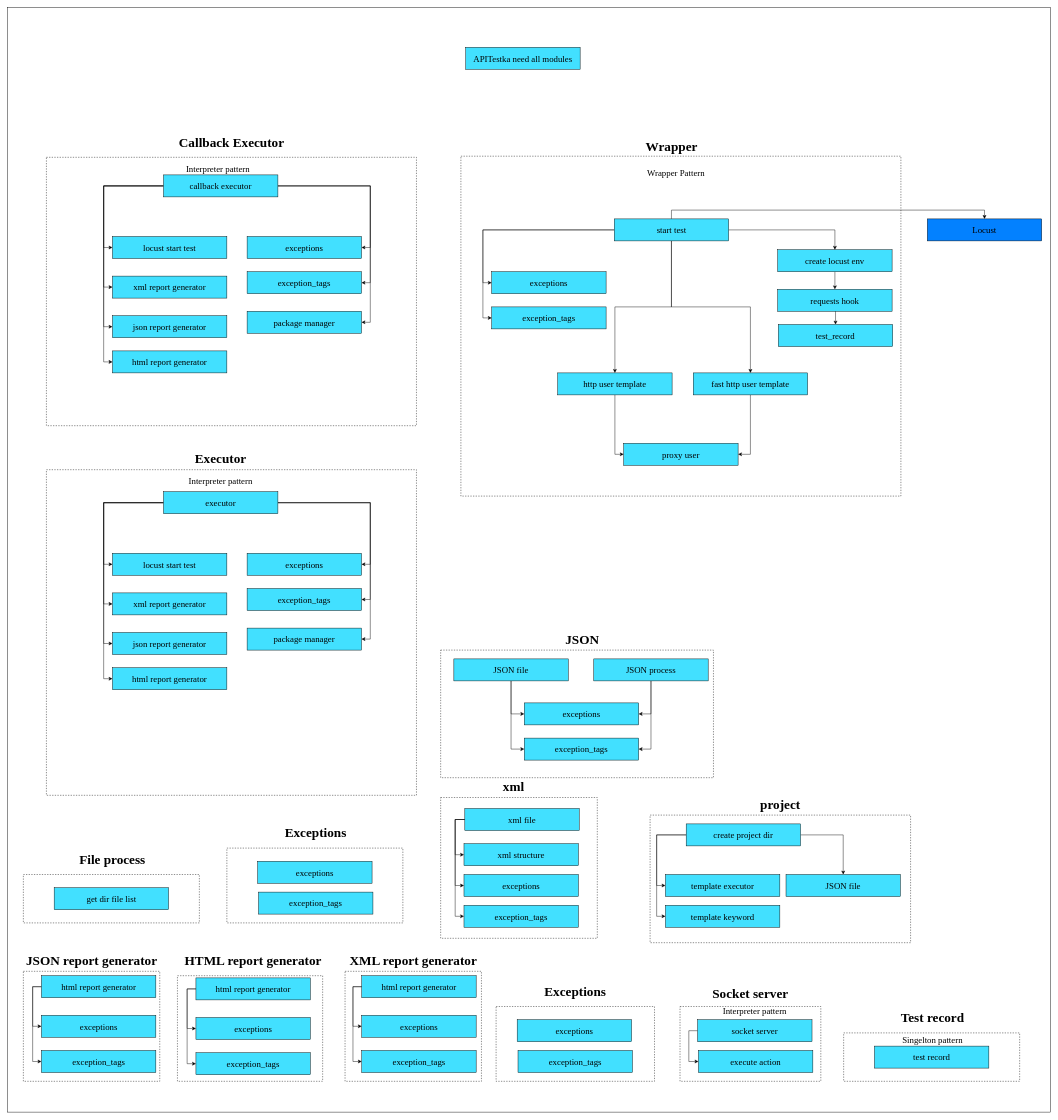
Before: architecture_diagram/LoadDnesity_Archirecture.drawio in Integration-Automation/LoadDensity, a draw.io diagram. Source tidied: cells renumbered, new cells numbered last; positions are measured from the earlier drawing's top-left corner, leaving out a move shared by most shapes. Both pictures are drawn from the tidied source at 44%, with x=0, y=0 at pixel (7, 7).
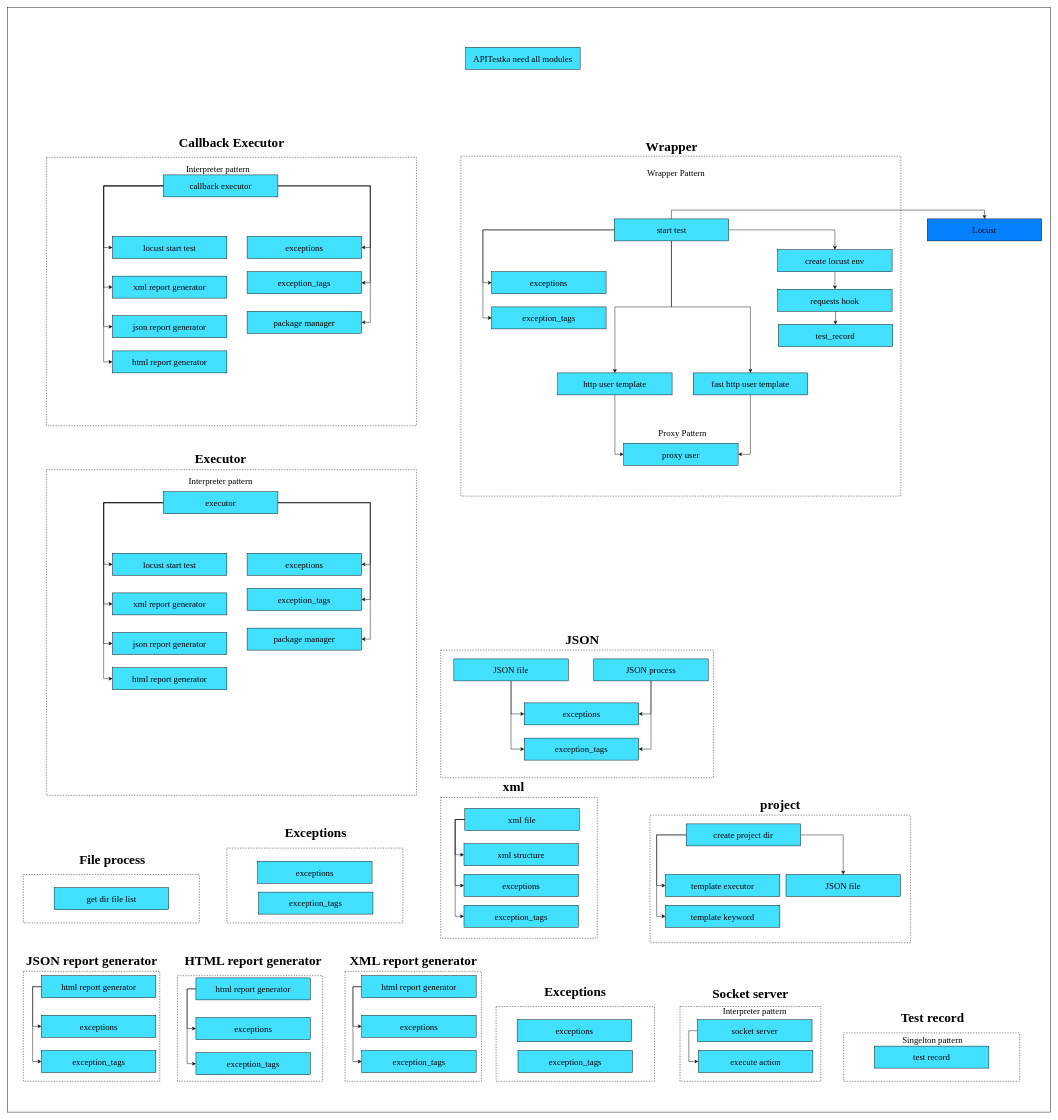
After the change.

Change to the diagram source:
```diff
@@
+    <mxCell id="133" value="Proxy Pattern" style="text;html=1;strokeColor=none;fillColor=none;align=center;verticalAlign=middle;whiteSpace=wrap;rounded=0;fontSize=20;fontFamily=Times New Roman;" parent="1" vertex="1">
+      <mxGeometry x="1444.1" y="950" width="180" height="30" as="geometry" />
+    </mxCell>
```
